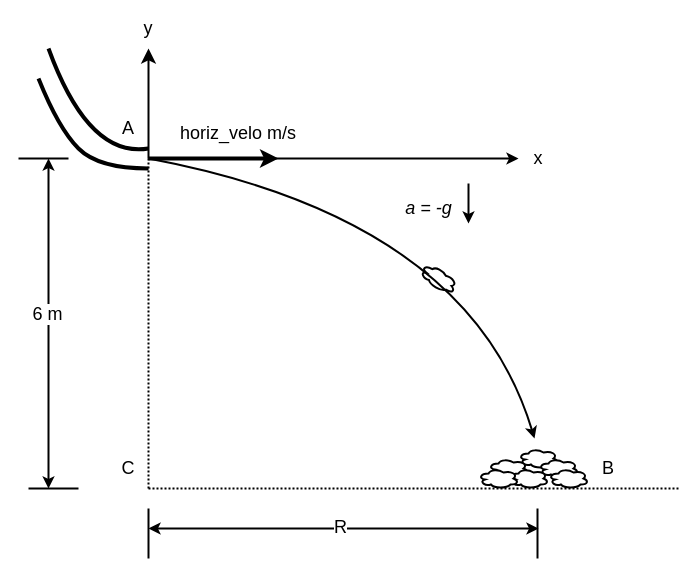
smiths/caseStudies keeps this draw.io diagram as CaseStudies/projectileLesson/SackExample.drawio. Above is the earlier version. Source tidied: cells renumbered, new cells numbered last; positions are measured from the earlier drawing's top-left corner, leaving out a move shared by most shapes. Both pictures are drawn from the tidied source at 100%, with x=0, y=0 at pixel (18, 18).
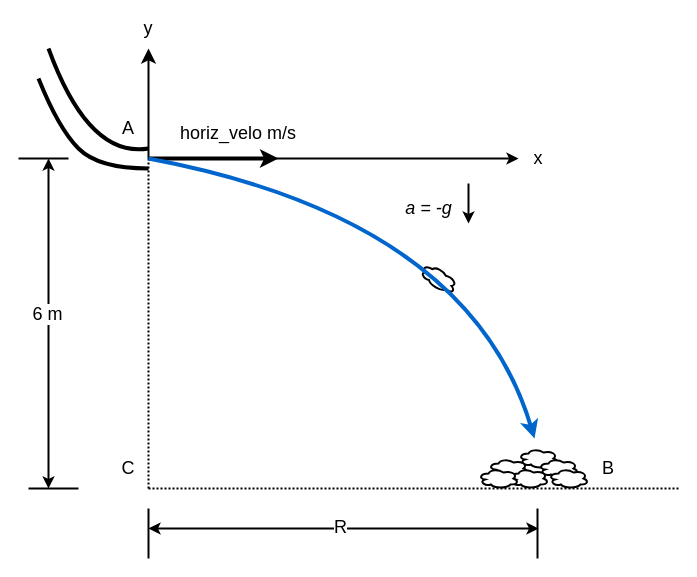
Above is the later version.

Commit message (it also covers changes not shown here):
Made the flight path blue in the figure for the sack, to match the general figure

The edit, as a diff of the source:
```diff
@@
-    <mxCell id="16" style="curved=1;endArrow=classic;html=1;strokeWidth=2;" parent="1" edge="1">
+    <mxCell id="16" style="curved=1;endArrow=classic;html=1;strokeWidth=4;strokeColor=#0066CC;" parent="1" edge="1">
       <mxGeometry relative="1" as="geometry">
         <mxPoint x="130" y="140" as="sourcePoint" />
         <mxPoint x="516" y="420" as="targetPoint" />
         <Array as="points">
           <mxPoint x="450" y="200" />
         </Array>
       </mxGeometry>
     </mxCell>
```
